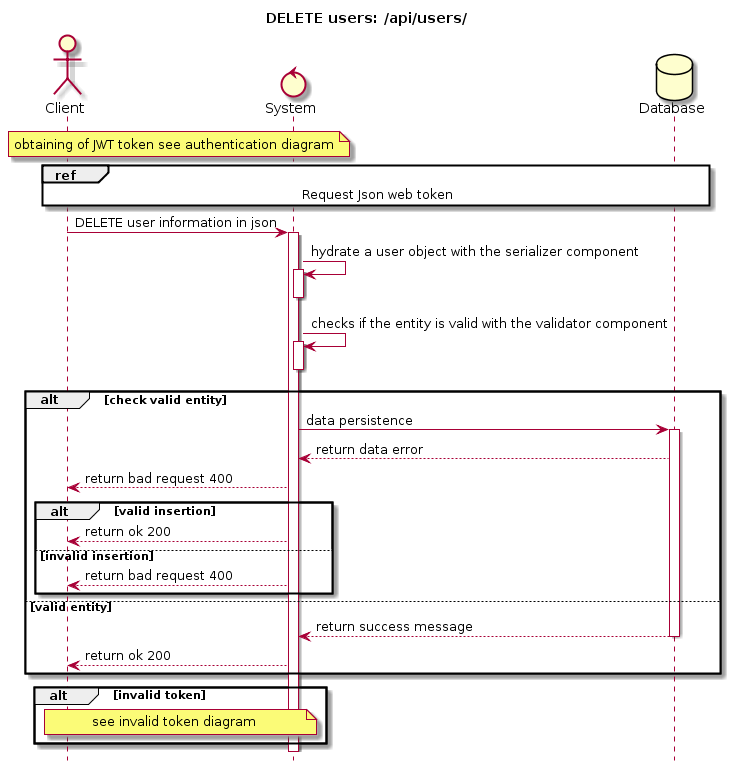
The PlantUML diagram docs/Uml/Diagram_sequences/Diagram_sequence_DELETE_user.png in siggwer/Bilemo, before a commit.
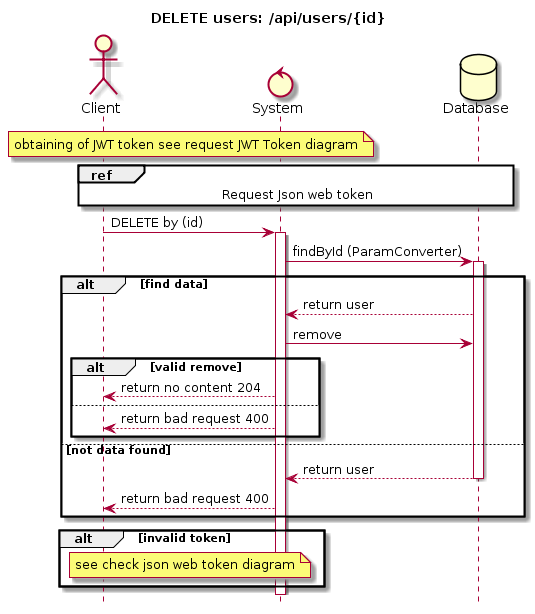
Above is the later version.

Change to the diagram source:
```diff
@@ -1,45 +1,41 @@
 @startuml
 hide footbox
-title DELETE users: /api/users/
+title DELETE users: /api/users/{id}
 Actor Client
 Control System
 Database Database
 
 note over Client, System
- obtaining of JWT token see authentication diagram
+ obtaining of JWT token see request JWT Token diagram
 end note
 
 ref over Client, System, Database
     Request Json web token
 end ref
 
-Client -> System : DELETE user information in json
+Client -> System : DELETE by (id)
 activate System
 
-System -> System : hydrate a user object with the serializer component
-activate System
-deactivate System
-System -> System : checks if the entity is valid with the validator component
-activate System
-deactivate System
-alt check valid entity
-    System -> Database : data persistence
-    activate Database
-    Database --> System : return data error
-    System --> Client : return bad request 400
-    alt valid insertion
-        System --> Client : return ok 200
-    else invalid insertion
+System -> Database : findById (ParamConverter)
+activate Database
+
+alt find data
+Database --> System : return user
+System -> Database : remove
+    alt valid remove
+    System --> Client : return no content 204
+    else
         System --> Client : return bad request 400
     end
-else valid entity
-    Database --> System : return success message
+else not data found
+    Database --> System : return user
     deactivate Database
-    System --> Client : return ok 200
+    System --> Client : return bad request 400
 end
+
 alt invalid token
 note over Client, System
-    see invalid token diagram
+    see check json web token diagram
 end note
 end
 @enduml
```
